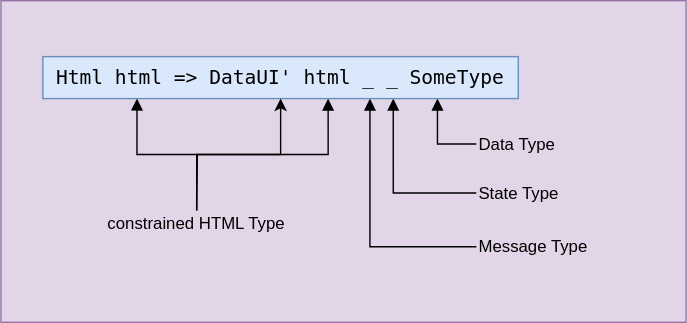
The draw.io diagram mdbook/src/assets/dataui-type.svg in m-bock/purescript-interactive-data, before a commit. Source tidied: cells renumbered, new cells last; positions are measured from the earlier drawing's top-left corner, leaving out a move shared by most shapes. Source of this version:
```xml
<mxGraphModel>
  <root>
    <mxCell id="0" />
    <mxCell id="1" parent="0" />
    <mxCell id="2" style="rounded=0;whiteSpace=wrap;html=1;fillColor=#e1d5e7;strokeColor=#9673a6;" parent="1" vertex="1">
      <mxGeometry width="490" height="230" as="geometry" />
    </mxCell>
    <mxCell id="3" style="edgeStyle=orthogonalEdgeStyle;rounded=0;jettySize=auto;html=1;exitX=0.6;exitY=1;exitDx=0;exitDy=0;exitPerimeter=0;startArrow=block;startFill=1;endArrow=none;endFill=0;" parent="1" edge="1" source="8">
      <mxGeometry relative="1" as="geometry">
        <mxPoint x="140" y="150" as="targetPoint" />
      </mxGeometry>
    </mxCell>
    <mxCell id="4" style="edgeStyle=orthogonalEdgeStyle;rounded=0;jettySize=auto;html=1;entryX=0;entryY=0.5;entryDx=0;entryDy=0;exitX=0.688;exitY=1;exitDx=0;exitDy=0;exitPerimeter=0;startArrow=block;startFill=1;endArrow=none;endFill=0;" parent="1" edge="1" source="8" target="9">
      <mxGeometry relative="1" as="geometry">
        <Array as="points">
          <mxPoint x="264" y="176" />
        </Array>
      </mxGeometry>
    </mxCell>
    <mxCell id="5" style="edgeStyle=orthogonalEdgeStyle;rounded=0;jettySize=auto;html=1;entryX=0;entryY=0.5;entryDx=0;entryDy=0;exitX=0.737;exitY=1;exitDx=0;exitDy=0;exitPerimeter=0;startArrow=block;startFill=1;endArrow=none;endFill=0;" parent="1" edge="1" source="8" target="10">
      <mxGeometry relative="1" as="geometry" />
    </mxCell>
    <mxCell id="6" style="edgeStyle=orthogonalEdgeStyle;rounded=0;jettySize=auto;html=1;entryX=0;entryY=0.5;entryDx=0;entryDy=0;exitX=0.83;exitY=1;exitDx=0;exitDy=0;exitPerimeter=0;endArrow=none;endFill=0;startArrow=block;startFill=1;strokeWidth=1;" parent="1" edge="1" source="8" target="11">
      <mxGeometry relative="1" as="geometry" />
    </mxCell>
    <mxCell id="7" style="edgeStyle=orthogonalEdgeStyle;rounded=0;jettySize=auto;html=1;strokeColor=default;endArrow=none;endFill=0;startArrow=block;startFill=1;exitX=0.198;exitY=1;exitDx=0;exitDy=0;exitPerimeter=0;" parent="1" edge="1" source="8">
      <mxGeometry relative="1" as="geometry">
        <mxPoint x="140" y="110" as="targetPoint" />
        <Array as="points">
          <mxPoint x="97" y="110" />
        </Array>
      </mxGeometry>
    </mxCell>
    <mxCell id="8" value="&lt;div style=&quot;font-family: &amp;quot;Droid Sans Mono&amp;quot;, &amp;quot;monospace&amp;quot;, monospace; font-size: 14px; line-height: 19px;&quot;&gt;Html html =&amp;gt; DataUI' html _ _ SomeType&lt;/div&gt;" style="text;html=1;strokeColor=#6c8ebf;fillColor=#dae8fc;align=center;verticalAlign=middle;whiteSpace=wrap;rounded=0;" parent="1" vertex="1">
      <mxGeometry x="30" y="40" width="340" height="30" as="geometry" />
    </mxCell>
    <mxCell id="9" value="Message Type" style="text;html=1;strokeColor=none;fillColor=none;align=left;verticalAlign=middle;whiteSpace=wrap;rounded=0;" parent="1" vertex="1">
      <mxGeometry x="340" y="161" width="90" height="30" as="geometry" />
    </mxCell>
    <mxCell id="10" value="State Type" style="text;html=1;strokeColor=none;fillColor=none;align=left;verticalAlign=middle;whiteSpace=wrap;rounded=0;" parent="1" vertex="1">
      <mxGeometry x="340" y="125" width="90" height="25" as="geometry" />
    </mxCell>
    <mxCell id="11" value="Data&amp;nbsp;Type" style="text;html=1;strokeColor=none;fillColor=none;align=left;verticalAlign=middle;whiteSpace=wrap;rounded=0;" parent="1" vertex="1">
      <mxGeometry x="340" y="90" width="120" height="25" as="geometry" />
    </mxCell>
    <mxCell id="12" style="edgeStyle=orthogonalEdgeStyle;rounded=0;jettySize=auto;html=1;exitX=0.5;exitY=0;exitDx=0;exitDy=0;" parent="1" edge="1" source="13" target="8">
      <mxGeometry relative="1" as="geometry" />
    </mxCell>
    <mxCell id="13" value="constrained HTML Type" style="text;html=1;strokeColor=none;fillColor=none;align=center;verticalAlign=middle;whiteSpace=wrap;rounded=0;" parent="1" vertex="1">
      <mxGeometry x="60" y="150" width="160" height="20" as="geometry" />
    </mxCell>
  </root>
</mxGraphModel>
```
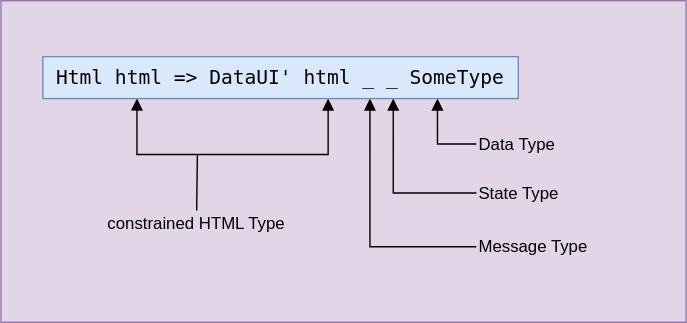
The same file after the commit.

Diff of the diagram source:
```diff
@@ -43,9 +43,6 @@
     <mxCell id="11" value="Data&amp;nbsp;Type" style="text;html=1;strokeColor=none;fillColor=none;align=left;verticalAlign=middle;whiteSpace=wrap;rounded=0;" parent="1" vertex="1">
       <mxGeometry x="340" y="90" width="120" height="25" as="geometry" />
     </mxCell>
-    <mxCell id="12" style="edgeStyle=orthogonalEdgeStyle;rounded=0;jettySize=auto;html=1;exitX=0.5;exitY=0;exitDx=0;exitDy=0;" parent="1" edge="1" source="13" target="8">
-      <mxGeometry relative="1" as="geometry" />
-    </mxCell>
     <mxCell id="13" value="constrained HTML Type" style="text;html=1;strokeColor=none;fillColor=none;align=center;verticalAlign=middle;whiteSpace=wrap;rounded=0;" parent="1" vertex="1">
       <mxGeometry x="60" y="150" width="160" height="20" as="geometry" />
     </mxCell>
```
